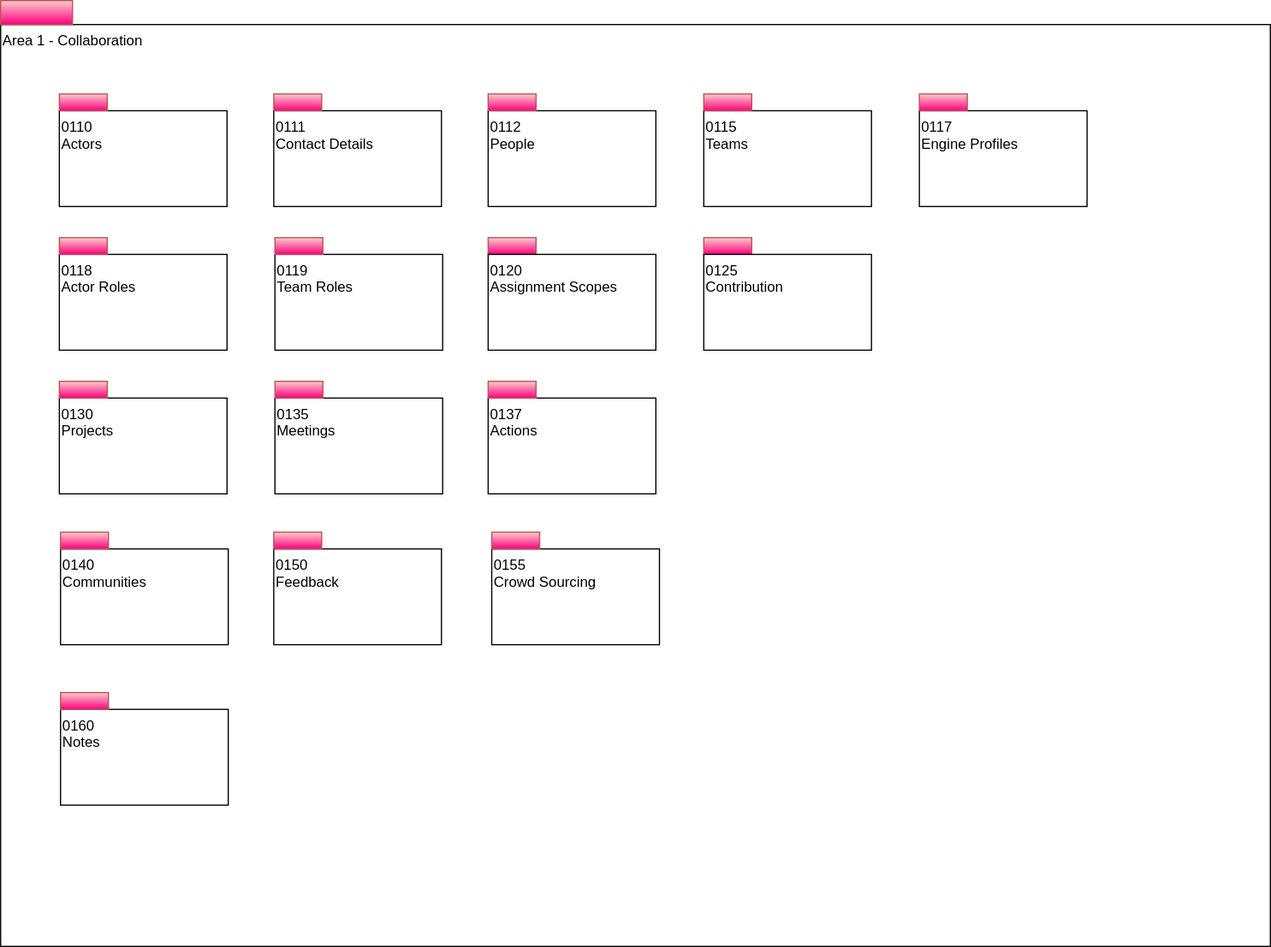
Before: site/docs/types/1/area-1-collaboration-overview.svg, a diagram exported from draw.io (odpi/egeria-docs). Source tidied: cells renumbered, new cells last; positions are measured from the earlier drawing's top-left corner, leaving out a move shared by most shapes.
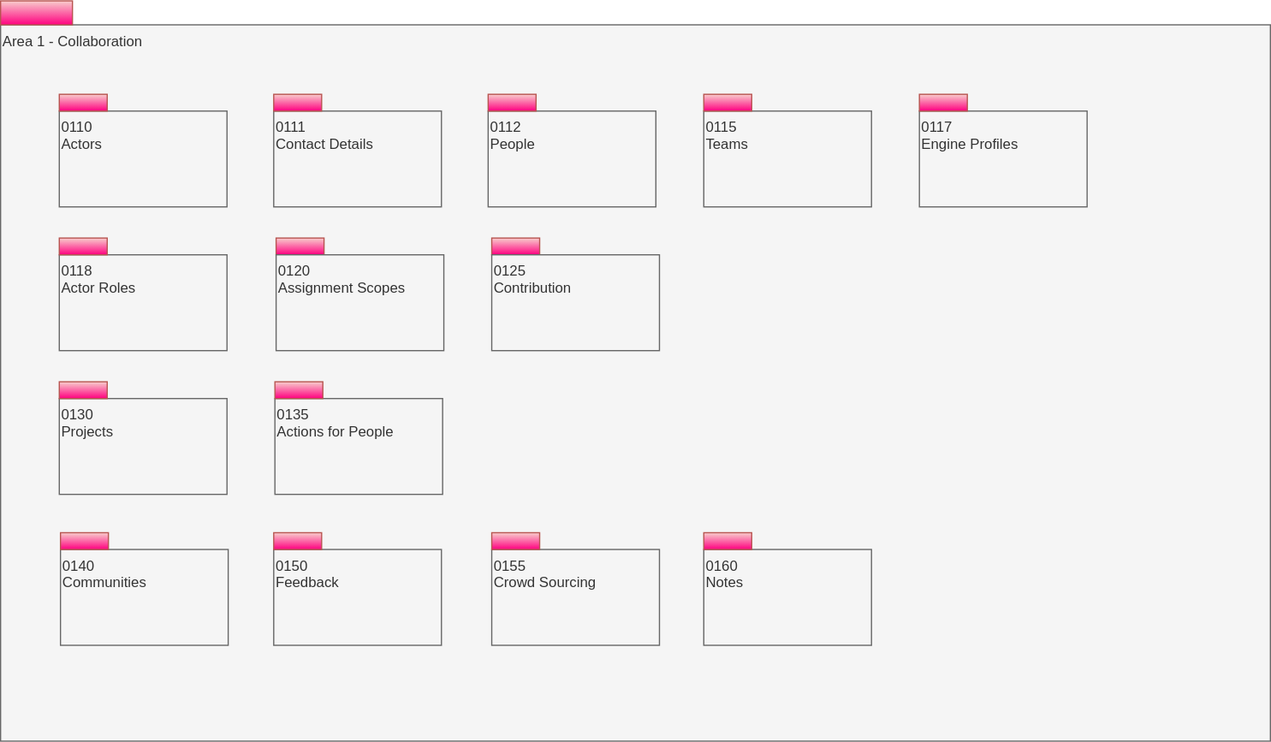
Above is the later version.

Change to the diagram source:
```diff
@@ -2,107 +2,95 @@
   <root>
     <mxCell id="0" />
     <mxCell id="1" parent="0" />
-    <mxCell id="2" value="Area 1 - Collaboration" style="rounded=0;whiteSpace=wrap;html=1;align=left;verticalAlign=top;" parent="1" vertex="1">
-      <mxGeometry y="20" width="1060" height="770" as="geometry" />
+    <mxCell id="2" value="Area 1 - Collaboration" style="rounded=0;whiteSpace=wrap;html=1;align=left;verticalAlign=top;fillColor=#f5f5f5;fontColor=#333333;strokeColor=#666666;" parent="1" vertex="1">
+      <mxGeometry y="20" width="1060" height="598" as="geometry" />
     </mxCell>
     <mxCell id="3" style="html=1;strokeColor=#b85450;align=center;fillColor=#f8cecc;gradientColor=#FF0080;" parent="1" vertex="1">
       <mxGeometry width="60" height="20" as="geometry" />
     </mxCell>
-    <mxCell id="4" value="0130&lt;br&gt;Projects&lt;br&gt;" style="rounded=0;whiteSpace=wrap;html=1;align=left;verticalAlign=top;" parent="1" vertex="1">
+    <mxCell id="4" value="0130&lt;br&gt;Projects&lt;br&gt;" style="rounded=0;whiteSpace=wrap;html=1;align=left;verticalAlign=top;fillColor=#f5f5f5;fontColor=#333333;strokeColor=#666666;" parent="1" vertex="1">
       <mxGeometry x="49" y="332" width="140" height="80" as="geometry" />
     </mxCell>
     <mxCell id="5" style="html=1;strokeColor=#b85450;align=center;fillColor=#f8cecc;gradientColor=#FF0080;" parent="1" vertex="1">
       <mxGeometry x="49" y="318" width="40" height="14" as="geometry" />
     </mxCell>
-    <mxCell id="6" value="0135&lt;br&gt;Meetings&lt;br&gt;" style="rounded=0;whiteSpace=wrap;html=1;align=left;verticalAlign=top;" parent="1" vertex="1">
+    <mxCell id="6" value="0135&lt;br&gt;Actions for People" style="rounded=0;whiteSpace=wrap;html=1;align=left;verticalAlign=top;fillColor=#f5f5f5;fontColor=#333333;strokeColor=#666666;" parent="1" vertex="1">
       <mxGeometry x="229" y="332" width="140" height="80" as="geometry" />
     </mxCell>
     <mxCell id="7" style="html=1;strokeColor=#b85450;align=center;fillColor=#f8cecc;gradientColor=#FF0080;" parent="1" vertex="1">
       <mxGeometry x="229" y="318" width="40" height="14" as="geometry" />
     </mxCell>
-    <mxCell id="8" value="0140&lt;br&gt;Communities&lt;br&gt;" style="rounded=0;whiteSpace=wrap;html=1;align=left;verticalAlign=top;" parent="1" vertex="1">
+    <mxCell id="8" value="0140&lt;br&gt;Communities&lt;br&gt;" style="rounded=0;whiteSpace=wrap;html=1;align=left;verticalAlign=top;fillColor=#f5f5f5;fontColor=#333333;strokeColor=#666666;" parent="1" vertex="1">
       <mxGeometry x="50" y="458" width="140" height="80" as="geometry" />
     </mxCell>
     <mxCell id="9" style="html=1;strokeColor=#b85450;align=center;fillColor=#f8cecc;gradientColor=#FF0080;" parent="1" vertex="1">
       <mxGeometry x="50" y="444" width="40" height="14" as="geometry" />
     </mxCell>
-    <mxCell id="10" value="0150&lt;br&gt;Feedback&lt;br&gt;" style="rounded=0;whiteSpace=wrap;html=1;align=left;verticalAlign=top;" parent="1" vertex="1">
+    <mxCell id="10" value="0150&lt;br&gt;Feedback&lt;br&gt;" style="rounded=0;whiteSpace=wrap;html=1;align=left;verticalAlign=top;fillColor=#f5f5f5;fontColor=#333333;strokeColor=#666666;" parent="1" vertex="1">
       <mxGeometry x="228" y="458" width="140" height="80" as="geometry" />
     </mxCell>
     <mxCell id="11" style="html=1;strokeColor=#b85450;align=center;fillColor=#f8cecc;gradientColor=#FF0080;" parent="1" vertex="1">
       <mxGeometry x="228" y="444" width="40" height="14" as="geometry" />
     </mxCell>
-    <mxCell id="12" value="0160&lt;br&gt;Notes&lt;br&gt;" style="rounded=0;whiteSpace=wrap;html=1;align=left;verticalAlign=top;" parent="1" vertex="1">
-      <mxGeometry x="50" y="592" width="140" height="80" as="geometry" />
+    <mxCell id="12" value="0160&lt;br&gt;Notes&lt;br&gt;" style="rounded=0;whiteSpace=wrap;html=1;align=left;verticalAlign=top;fillColor=#f5f5f5;fontColor=#333333;strokeColor=#666666;" parent="1" vertex="1">
+      <mxGeometry x="587" y="458" width="140" height="80" as="geometry" />
     </mxCell>
     <mxCell id="13" style="html=1;strokeColor=#b85450;align=center;fillColor=#f8cecc;gradientColor=#FF0080;" parent="1" vertex="1">
-      <mxGeometry x="50" y="578" width="40" height="14" as="geometry" />
+      <mxGeometry x="587" y="444" width="40" height="14" as="geometry" />
     </mxCell>
-    <mxCell id="14" value="0110&lt;br&gt;Actors&lt;br&gt;" style="rounded=0;whiteSpace=wrap;html=1;align=left;verticalAlign=top;" parent="1" vertex="1">
+    <mxCell id="14" value="0110&lt;br&gt;Actors&lt;br&gt;" style="rounded=0;whiteSpace=wrap;html=1;align=left;verticalAlign=top;fillColor=#f5f5f5;fontColor=#333333;strokeColor=#666666;" parent="1" vertex="1">
       <mxGeometry x="49" y="92" width="140" height="80" as="geometry" />
     </mxCell>
     <mxCell id="15" style="html=1;strokeColor=#b85450;align=center;fillColor=#f8cecc;gradientColor=#FF0080;" parent="1" vertex="1">
       <mxGeometry x="49" y="78" width="40" height="14" as="geometry" />
     </mxCell>
-    <mxCell id="16" value="0112&lt;br&gt;People&lt;br&gt;" style="rounded=0;whiteSpace=wrap;html=1;align=left;verticalAlign=top;" parent="1" vertex="1">
+    <mxCell id="16" value="0112&lt;br&gt;People&lt;br&gt;" style="rounded=0;whiteSpace=wrap;html=1;align=left;verticalAlign=top;fillColor=#f5f5f5;fontColor=#333333;strokeColor=#666666;" parent="1" vertex="1">
       <mxGeometry x="407" y="92" width="140" height="80" as="geometry" />
     </mxCell>
     <mxCell id="17" style="html=1;strokeColor=#b85450;align=center;fillColor=#f8cecc;gradientColor=#FF0080;" parent="1" vertex="1">
       <mxGeometry x="407" y="78" width="40" height="14" as="geometry" />
     </mxCell>
-    <mxCell id="18" value="0115&lt;br&gt;Teams&lt;br&gt;" style="rounded=0;whiteSpace=wrap;html=1;align=left;verticalAlign=top;" parent="1" vertex="1">
+    <mxCell id="18" value="0115&lt;br&gt;Teams&lt;br&gt;" style="rounded=0;whiteSpace=wrap;html=1;align=left;verticalAlign=top;fillColor=#f5f5f5;fontColor=#333333;strokeColor=#666666;" parent="1" vertex="1">
       <mxGeometry x="587" y="92" width="140" height="80" as="geometry" />
     </mxCell>
     <mxCell id="19" style="html=1;strokeColor=#b85450;align=center;fillColor=#f8cecc;gradientColor=#FF0080;" parent="1" vertex="1">
       <mxGeometry x="587" y="78" width="40" height="14" as="geometry" />
     </mxCell>
-    <mxCell id="20" value="0155&lt;br&gt;Crowd Sourcing&lt;br&gt;" style="rounded=0;whiteSpace=wrap;html=1;align=left;verticalAlign=top;" parent="1" vertex="1">
+    <mxCell id="20" value="0155&lt;br&gt;Crowd Sourcing&lt;br&gt;" style="rounded=0;whiteSpace=wrap;html=1;align=left;verticalAlign=top;fillColor=#f5f5f5;fontColor=#333333;strokeColor=#666666;" parent="1" vertex="1">
       <mxGeometry x="410" y="458" width="140" height="80" as="geometry" />
     </mxCell>
     <mxCell id="21" style="html=1;strokeColor=#b85450;align=center;fillColor=#f8cecc;gradientColor=#FF0080;" parent="1" vertex="1">
       <mxGeometry x="410" y="444" width="40" height="14" as="geometry" />
     </mxCell>
-    <mxCell id="22" value="0137&lt;br&gt;Actions&lt;br&gt;" style="rounded=0;whiteSpace=wrap;html=1;align=left;verticalAlign=top;" parent="1" vertex="1">
-      <mxGeometry x="407" y="332" width="140" height="80" as="geometry" />
+    <mxCell id="22" value="0117&lt;br&gt;Engine Profiles&lt;br&gt;" style="rounded=0;whiteSpace=wrap;html=1;align=left;verticalAlign=top;fillColor=#f5f5f5;fontColor=#333333;strokeColor=#666666;" parent="1" vertex="1">
+      <mxGeometry x="767" y="92" width="140" height="80" as="geometry" />
     </mxCell>
     <mxCell id="23" style="html=1;strokeColor=#b85450;align=center;fillColor=#f8cecc;gradientColor=#FF0080;" parent="1" vertex="1">
-      <mxGeometry x="407" y="318" width="40" height="14" as="geometry" />
+      <mxGeometry x="767" y="78" width="40" height="14" as="geometry" />
     </mxCell>
-    <mxCell id="24" value="0117&lt;br&gt;Engine Profiles&lt;br&gt;" style="rounded=0;whiteSpace=wrap;html=1;align=left;verticalAlign=top;" parent="1" vertex="1">
-      <mxGeometry x="767" y="92" width="140" height="80" as="geometry" />
+    <mxCell id="24" value="0118&lt;br&gt;Actor Roles" style="rounded=0;whiteSpace=wrap;html=1;align=left;verticalAlign=top;fillColor=#f5f5f5;fontColor=#333333;strokeColor=#666666;" parent="1" vertex="1">
+      <mxGeometry x="49" y="212" width="140" height="80" as="geometry" />
     </mxCell>
     <mxCell id="25" style="html=1;strokeColor=#b85450;align=center;fillColor=#f8cecc;gradientColor=#FF0080;" parent="1" vertex="1">
-      <mxGeometry x="767" y="78" width="40" height="14" as="geometry" />
+      <mxGeometry x="49" y="198" width="40" height="14" as="geometry" />
     </mxCell>
-    <mxCell id="26" value="0118&lt;br&gt;Actor Roles" style="rounded=0;whiteSpace=wrap;html=1;align=left;verticalAlign=top;" parent="1" vertex="1">
-      <mxGeometry x="49" y="212" width="140" height="80" as="geometry" />
+    <mxCell id="26" style="html=1;strokeColor=#b85450;align=center;fillColor=#f8cecc;gradientColor=#FF0080;" parent="1" vertex="1">
+      <mxGeometry x="230" y="198" width="40" height="14" as="geometry" />
     </mxCell>
-    <mxCell id="27" style="html=1;strokeColor=#b85450;align=center;fillColor=#f8cecc;gradientColor=#FF0080;" parent="1" vertex="1">
-      <mxGeometry x="49" y="198" width="40" height="14" as="geometry" />
+    <mxCell id="27" value="0120&lt;br&gt;Assignment Scopes" style="rounded=0;whiteSpace=wrap;html=1;align=left;verticalAlign=top;fillColor=#f5f5f5;fontColor=#333333;strokeColor=#666666;" parent="1" vertex="1">
+      <mxGeometry x="230" y="212" width="140" height="80" as="geometry" />
     </mxCell>
-    <mxCell id="28" value="0119&lt;br&gt;Team Roles" style="rounded=0;whiteSpace=wrap;html=1;align=left;verticalAlign=top;" parent="1" vertex="1">
-      <mxGeometry x="229" y="212" width="140" height="80" as="geometry" />
+    <mxCell id="28" style="html=1;strokeColor=#b85450;align=center;fillColor=#f8cecc;gradientColor=#FF0080;" parent="1" vertex="1">
+      <mxGeometry x="410" y="198" width="40" height="14" as="geometry" />
     </mxCell>
-    <mxCell id="29" style="html=1;strokeColor=#b85450;align=center;fillColor=#f8cecc;gradientColor=#FF0080;" parent="1" vertex="1">
-      <mxGeometry x="407" y="198" width="40" height="14" as="geometry" />
+    <mxCell id="29" value="0125&lt;br&gt;Contribution" style="rounded=0;whiteSpace=wrap;html=1;align=left;verticalAlign=top;fillColor=#f5f5f5;fontColor=#333333;strokeColor=#666666;" parent="1" vertex="1">
+      <mxGeometry x="410" y="212" width="140" height="80" as="geometry" />
     </mxCell>
-    <mxCell id="30" value="0120&lt;br&gt;Assignment Scopes" style="rounded=0;whiteSpace=wrap;html=1;align=left;verticalAlign=top;" parent="1" vertex="1">
-      <mxGeometry x="407" y="212" width="140" height="80" as="geometry" />
+    <mxCell id="30" value="0111&lt;br&gt;Contact Details" style="rounded=0;whiteSpace=wrap;html=1;align=left;verticalAlign=top;fillColor=#f5f5f5;fontColor=#333333;strokeColor=#666666;" parent="1" vertex="1">
+      <mxGeometry x="228" y="92" width="140" height="80" as="geometry" />
     </mxCell>
     <mxCell id="31" style="html=1;strokeColor=#b85450;align=center;fillColor=#f8cecc;gradientColor=#FF0080;" parent="1" vertex="1">
-      <mxGeometry x="229" y="198" width="40" height="14" as="geometry" />
+      <mxGeometry x="228" y="78" width="40" height="14" as="geometry" />
     </mxCell>
-    <mxCell id="32" style="html=1;strokeColor=#b85450;align=center;fillColor=#f8cecc;gradientColor=#FF0080;" parent="1" vertex="1">
-      <mxGeometry x="587" y="198" width="40" height="14" as="geometry" />
-    </mxCell>
-    <mxCell id="33" value="0125&lt;br&gt;Contribution" style="rounded=0;whiteSpace=wrap;html=1;align=left;verticalAlign=top;" parent="1" vertex="1">
-      <mxGeometry x="587" y="212" width="140" height="80" as="geometry" />
-    </mxCell>
-    <mxCell id="34" value="0111&lt;br&gt;Contact Details" style="rounded=0;whiteSpace=wrap;html=1;align=left;verticalAlign=top;" parent="1" vertex="1">
-      <mxGeometry x="228" y="92" width="140" height="80" as="geometry" />
-    </mxCell>
-    <mxCell id="35" style="html=1;strokeColor=#b85450;align=center;fillColor=#f8cecc;gradientColor=#FF0080;" parent="1" vertex="1">
-      <mxGeometry x="228" y="78" width="40" height="14" as="geometry" />
-    </mxCell>
   </root>
 </mxGraphModel>
```
